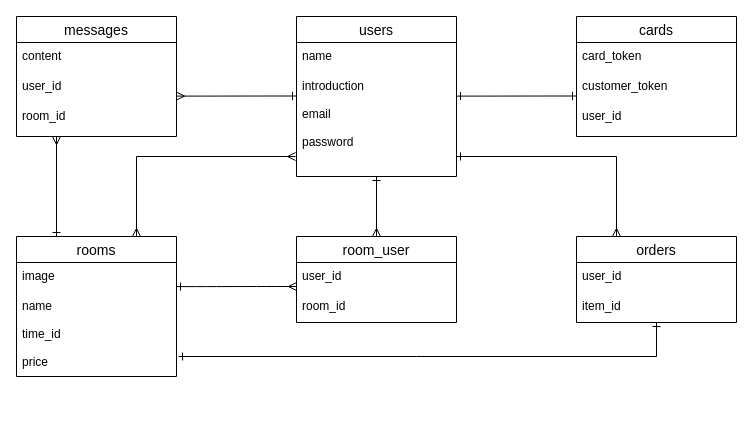
Earlier version of the draw.io diagram test.dio (no-ru-kk/each-talk). Source tidied: cells renumbered, new cells numbered last; positions are measured from the earlier drawing's top-left corner, leaving out a move shared by most shapes. Both pictures are drawn from the tidied source at 100%, with x=0, y=0 at pixel (16, 16).
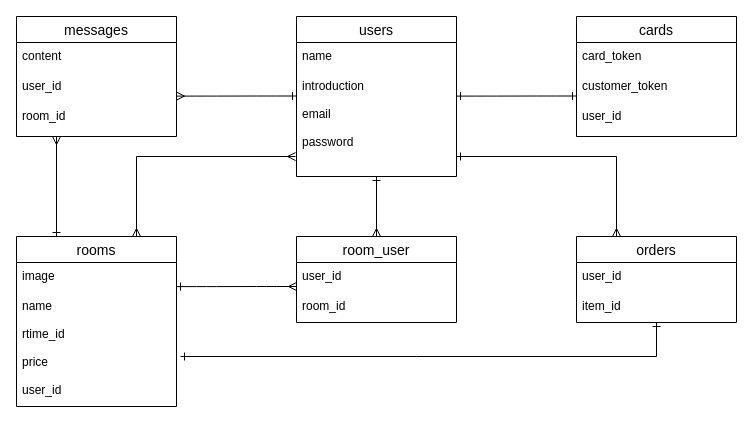
The same page after the edit.

Change to the diagram source:
```diff
@@
-    <mxCell id="18" style="endArrow=ERone;html=1;rounded=0;endFill=0;startArrow=ERone;startFill=0;exitX=1.013;exitY=0.762;exitDx=0;exitDy=0;exitPerimeter=0;" parent="1" edge="1" source="26">
+    <mxCell id="18" style="endArrow=ERone;html=1;rounded=0;endFill=0;startArrow=ERone;startFill=0;" parent="1" edge="1">
       <mxGeometry relative="1" as="geometry">
+        <mxPoint x="164" y="340" as="sourcePoint" />
         <mxPoint x="640" y="306" as="targetPoint" />
         <Array as="points">
           <mxPoint x="400" y="340" />
           <mxPoint x="640" y="340" />
         </Array>
       </mxGeometry>
     </mxCell>
@@
     <mxCell id="24" value="rooms" style="swimlane;fontStyle=0;horizontal=1;startSize=26;align=center;fontSize=14;" parent="1" vertex="1">
-      <mxGeometry y="220" width="160" height="140" as="geometry" />
+      <mxGeometry y="220" width="160" height="170" as="geometry" />
     </mxCell>
@@
-    <mxCell id="26" value="name&#10;&#10;time_id&#10;&#10;price" style="text;strokeColor=none;fillColor=none;spacingLeft=4;spacingRight=4;overflow=hidden;points=[[0,0.5],[1,0.5]];portConstraint=eastwest;fontSize=12;" parent="24" vertex="1">
-      <mxGeometry y="56" width="160" height="84" as="geometry" />
+    <mxCell id="26" value="name&#10;&#10;rtime_id&#10;&#10;price&#10;&#10;user_id" style="text;strokeColor=none;fillColor=none;spacingLeft=4;spacingRight=4;overflow=hidden;points=[[0,0.5],[1,0.5]];portConstraint=eastwest;fontSize=12;" parent="24" vertex="1">
+      <mxGeometry y="56" width="160" height="114" as="geometry" />
     </mxCell>
```
